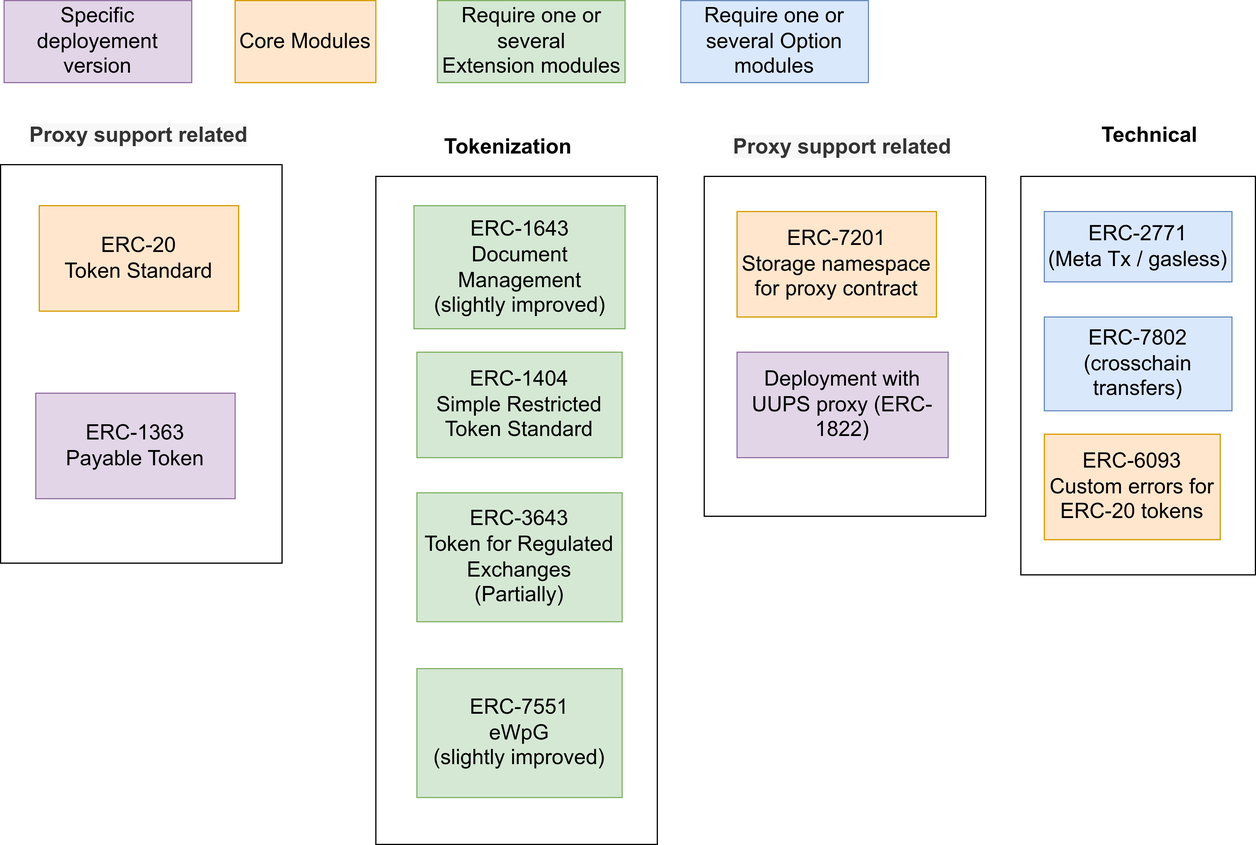
The draw.io diagram doc/schema/drawio/architecture-ERC.drawio.png in CMTA/CMTAT, before a commit. Source tidied: cells renumbered, new cells last; positions are measured from the earlier drawing's top-left corner, leaving out a move shared by most shapes. Its diagram source:
```xml
<mxGraphModel>
  <root>
    <mxCell id="0" />
    <mxCell id="1" parent="0" />
    <mxCell id="2" style="rounded=0;whiteSpace=wrap;html=1;fontSize=18;" parent="1" vertex="1">
      <mxGeometry x="320" y="150" width="240" height="570" as="geometry" />
    </mxCell>
    <mxCell id="3" value="Tokenization" style="text;html=1;strokeColor=none;fillColor=none;align=center;verticalAlign=middle;whiteSpace=wrap;rounded=0;fontStyle=1;fontSize=18;" parent="1" vertex="1">
      <mxGeometry x="332.5" y="110" width="200" height="30" as="geometry" />
    </mxCell>
    <mxCell id="4" style="rounded=0;whiteSpace=wrap;html=1;fontSize=18;" parent="1" vertex="1">
      <mxGeometry x="600" y="150" width="240" height="290" as="geometry" />
    </mxCell>
    <mxCell id="5" value="&lt;strong style=&quot;box-sizing: border-box; color: rgb(51, 51, 51); font-family: &amp;quot;Open Sans&amp;quot;, &amp;quot;Clear Sans&amp;quot;, &amp;quot;Helvetica Neue&amp;quot;, Helvetica, Arial, &amp;quot;Segoe UI Emoji&amp;quot;, sans-serif; font-size: 18px; text-align: left; background-color: rgb(248, 248, 248);&quot;&gt;&lt;span style=&quot;box-sizing: border-box; font-size: 18px;&quot; class=&quot;md-plain&quot;&gt;Proxy support related&lt;/span&gt;&lt;/strong&gt;" style="text;html=1;strokeColor=none;fillColor=none;align=center;verticalAlign=middle;whiteSpace=wrap;rounded=0;fontSize=18;" parent="1" vertex="1">
      <mxGeometry x="603" y="110" width="230" height="30" as="geometry" />
    </mxCell>
    <mxCell id="6" value="ERC-1643&lt;br style=&quot;font-size: 18px;&quot;&gt;Document Management&lt;br style=&quot;font-size: 18px;&quot;&gt;(slightly improved)" style="rounded=0;whiteSpace=wrap;html=1;fontSize=18;fillColor=#d5e8d4;strokeColor=#82b366;" parent="1" vertex="1">
      <mxGeometry x="352.5" y="175" width="180" height="105" as="geometry" />
    </mxCell>
    <mxCell id="7" value="ERC-7201&lt;br&gt;Storage namespace for proxy contract" style="rounded=0;whiteSpace=wrap;html=1;fontSize=18;fillColor=#ffe6cc;strokeColor=#d79b00;" parent="1" vertex="1">
      <mxGeometry x="628" y="180" width="170" height="90" as="geometry" />
    </mxCell>
    <mxCell id="8" style="rounded=0;whiteSpace=wrap;html=1;fontSize=18;" parent="1" vertex="1">
      <mxGeometry x="870" y="150" width="200" height="340" as="geometry" />
    </mxCell>
    <mxCell id="9" value="Technical" style="text;html=1;strokeColor=none;fillColor=none;align=center;verticalAlign=middle;whiteSpace=wrap;rounded=0;fontSize=18;fontStyle=1;" parent="1" vertex="1">
      <mxGeometry x="950" y="100" width="60" height="30" as="geometry" />
    </mxCell>
    <mxCell id="10" value="ERC-2771&lt;br style=&quot;font-size: 18px;&quot;&gt;(Meta Tx / gasless)&lt;br style=&quot;font-size: 18px;&quot;&gt;" style="rounded=0;whiteSpace=wrap;html=1;fontSize=18;fillColor=#dae8fc;strokeColor=#6c8ebf;" parent="1" vertex="1">
      <mxGeometry x="890" y="180" width="160" height="60" as="geometry" />
    </mxCell>
    <mxCell id="11" value="ERC-6093&lt;br style=&quot;font-size: 18px;&quot;&gt;Custom errors for ERC-20 tokens" style="rounded=0;whiteSpace=wrap;html=1;fontSize=18;fillColor=#ffe6cc;strokeColor=#d79b00;" parent="1" vertex="1">
      <mxGeometry x="890" y="370" width="150" height="90" as="geometry" />
    </mxCell>
    <mxCell id="12" value="ERC-7802&lt;br style=&quot;font-size: 18px;&quot;&gt;(crosschain transfers)" style="rounded=0;whiteSpace=wrap;html=1;fontSize=18;fillColor=#dae8fc;strokeColor=#6c8ebf;" parent="1" vertex="1">
      <mxGeometry x="890" y="270" width="160" height="80" as="geometry" />
    </mxCell>
    <mxCell id="13" value="Deployment with UUPS proxy (ERC-1822)" style="rounded=0;whiteSpace=wrap;html=1;fontSize=18;fillColor=#e1d5e7;strokeColor=#9673a6;" parent="1" vertex="1">
      <mxGeometry x="628" y="300" width="180" height="90" as="geometry" />
    </mxCell>
    <mxCell id="14" value="ERC-1404&lt;br&gt;Simple Restricted Token Standard" style="rounded=0;whiteSpace=wrap;html=1;fontSize=18;fillColor=#d5e8d4;strokeColor=#82b366;" parent="1" vertex="1">
      <mxGeometry x="355" y="300" width="175" height="90" as="geometry" />
    </mxCell>
    <mxCell id="15" value="ERC-3643&lt;br&gt;Token for Regulated Exchanges&lt;br&gt;(Partially)" style="rounded=0;whiteSpace=wrap;html=1;fontSize=18;fillColor=#d5e8d4;strokeColor=#82b366;" parent="1" vertex="1">
      <mxGeometry x="355" y="420" width="175" height="110" as="geometry" />
    </mxCell>
    <mxCell id="16" value="ERC-7551&lt;br&gt;eWpG&lt;br&gt;(slightly improved)" style="rounded=0;whiteSpace=wrap;html=1;fontSize=18;fillColor=#d5e8d4;strokeColor=#82b366;" parent="1" vertex="1">
      <mxGeometry x="355" y="570" width="175" height="110" as="geometry" />
    </mxCell>
    <mxCell id="17" style="rounded=0;whiteSpace=wrap;html=1;fontSize=18;" parent="1" vertex="1">
      <mxGeometry y="140" width="240" height="340" as="geometry" />
    </mxCell>
    <mxCell id="18" value="&lt;strong style=&quot;box-sizing: border-box; color: rgb(51, 51, 51); font-family: &amp;quot;Open Sans&amp;quot;, &amp;quot;Clear Sans&amp;quot;, &amp;quot;Helvetica Neue&amp;quot;, Helvetica, Arial, &amp;quot;Segoe UI Emoji&amp;quot;, sans-serif; font-size: 18px; text-align: left; background-color: rgb(248, 248, 248);&quot;&gt;&lt;span style=&quot;box-sizing: border-box; font-size: 18px;&quot; class=&quot;md-plain&quot;&gt;Proxy support related&lt;/span&gt;&lt;/strong&gt;" style="text;html=1;strokeColor=none;fillColor=none;align=center;verticalAlign=middle;whiteSpace=wrap;rounded=0;fontSize=18;" parent="1" vertex="1">
      <mxGeometry x="3" y="100" width="230" height="30" as="geometry" />
    </mxCell>
    <mxCell id="19" value="ERC-20&lt;br&gt;Token Standard" style="rounded=0;whiteSpace=wrap;html=1;fontSize=18;fillColor=#ffe6cc;strokeColor=#d79b00;" parent="1" vertex="1">
      <mxGeometry x="33" y="175" width="170" height="90" as="geometry" />
    </mxCell>
    <mxCell id="20" value="ERC-1363&lt;br&gt;Payable Token" style="rounded=0;whiteSpace=wrap;html=1;fontSize=18;fillColor=#e1d5e7;strokeColor=#9673a6;" parent="1" vertex="1">
      <mxGeometry x="30" y="335" width="170" height="90" as="geometry" />
    </mxCell>
    <mxCell id="21" value="Core Modules" style="rounded=0;whiteSpace=wrap;html=1;fontSize=18;fillColor=#ffe6cc;strokeColor=#d79b00;" parent="1" vertex="1">
      <mxGeometry x="200" width="120" height="70" as="geometry" />
    </mxCell>
    <mxCell id="22" value="Specific deployement version" style="rounded=0;whiteSpace=wrap;html=1;fontSize=18;fillColor=#e1d5e7;strokeColor=#9673a6;" parent="1" vertex="1">
      <mxGeometry x="3" width="160" height="70" as="geometry" />
    </mxCell>
    <mxCell id="23" value="Require one or several&lt;br&gt;Extension modules" style="rounded=0;whiteSpace=wrap;html=1;fontSize=18;fillColor=#d5e8d4;strokeColor=#82b366;" parent="1" vertex="1">
      <mxGeometry x="372.5" width="160" height="70" as="geometry" />
    </mxCell>
    <mxCell id="24" value="Require one or several Option modules" style="rounded=0;whiteSpace=wrap;html=1;fontSize=18;fillColor=#dae8fc;strokeColor=#6c8ebf;" parent="1" vertex="1">
      <mxGeometry x="580" width="160" height="70" as="geometry" />
    </mxCell>
  </root>
</mxGraphModel>
```
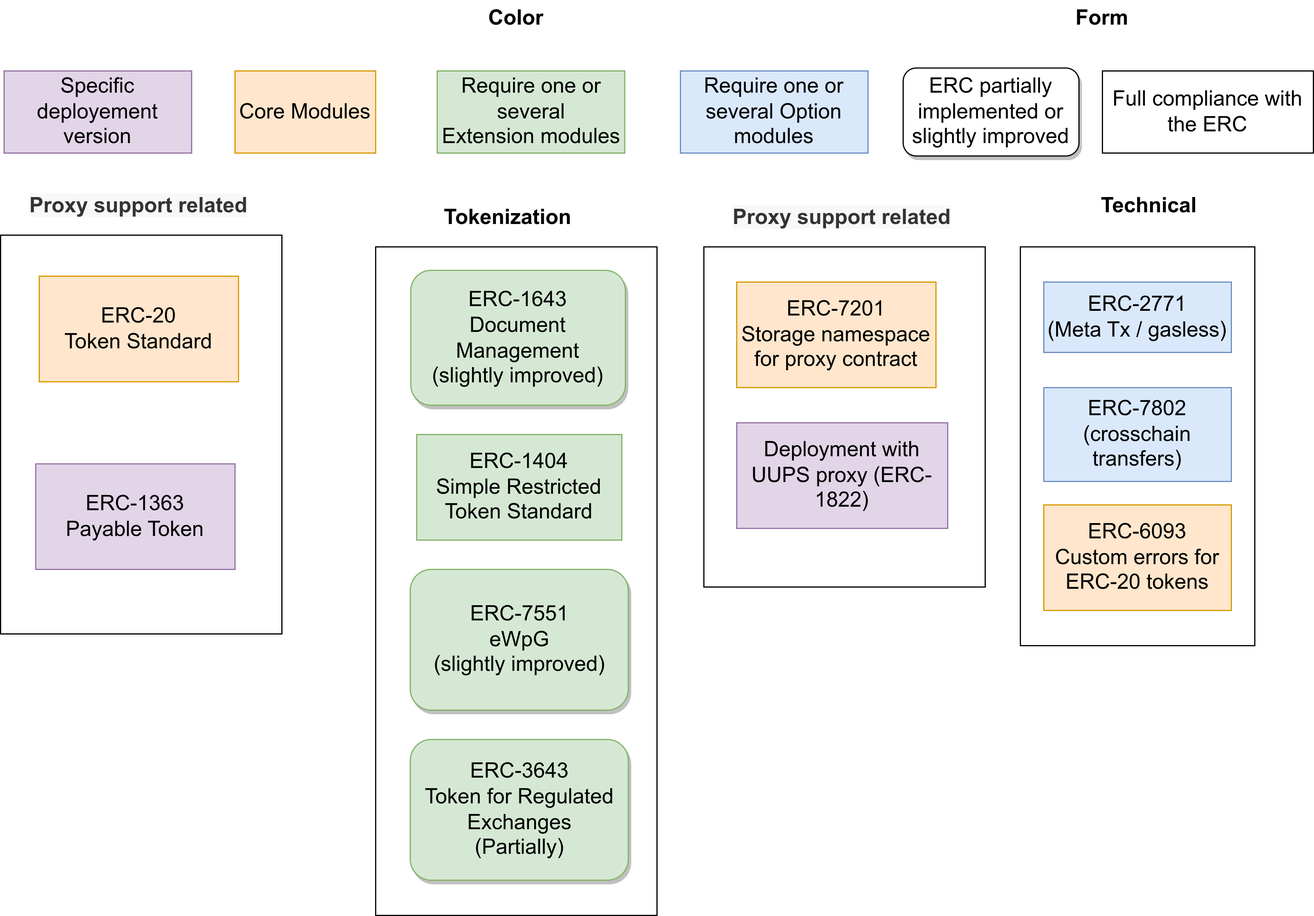
Later version of the same file.

The edit, as a diff of the source:
```diff
@@ -14,9 +14,6 @@
     <mxCell id="5" value="&lt;strong style=&quot;box-sizing: border-box; color: rgb(51, 51, 51); font-family: &amp;quot;Open Sans&amp;quot;, &amp;quot;Clear Sans&amp;quot;, &amp;quot;Helvetica Neue&amp;quot;, Helvetica, Arial, &amp;quot;Segoe UI Emoji&amp;quot;, sans-serif; font-size: 18px; text-align: left; background-color: rgb(248, 248, 248);&quot;&gt;&lt;span style=&quot;box-sizing: border-box; font-size: 18px;&quot; class=&quot;md-plain&quot;&gt;Proxy support related&lt;/span&gt;&lt;/strong&gt;" style="text;html=1;strokeColor=none;fillColor=none;align=center;verticalAlign=middle;whiteSpace=wrap;rounded=0;fontSize=18;" parent="1" vertex="1">
       <mxGeometry x="603" y="110" width="230" height="30" as="geometry" />
     </mxCell>
-    <mxCell id="6" value="ERC-1643&lt;br style=&quot;font-size: 18px;&quot;&gt;Document Management&lt;br style=&quot;font-size: 18px;&quot;&gt;(slightly improved)" style="rounded=0;whiteSpace=wrap;html=1;fontSize=18;fillColor=#d5e8d4;strokeColor=#82b366;" parent="1" vertex="1">
-      <mxGeometry x="352.5" y="175" width="180" height="105" as="geometry" />
-    </mxCell>
     <mxCell id="7" value="ERC-7201&lt;br&gt;Storage namespace for proxy contract" style="rounded=0;whiteSpace=wrap;html=1;fontSize=18;fillColor=#ffe6cc;strokeColor=#d79b00;" parent="1" vertex="1">
       <mxGeometry x="628" y="180" width="170" height="90" as="geometry" />
     </mxCell>
@@ -30,7 +27,7 @@
       <mxGeometry x="890" y="180" width="160" height="60" as="geometry" />
     </mxCell>
     <mxCell id="11" value="ERC-6093&lt;br style=&quot;font-size: 18px;&quot;&gt;Custom errors for ERC-20 tokens" style="rounded=0;whiteSpace=wrap;html=1;fontSize=18;fillColor=#ffe6cc;strokeColor=#d79b00;" parent="1" vertex="1">
-      <mxGeometry x="890" y="370" width="150" height="90" as="geometry" />
+      <mxGeometry x="890" y="370" width="160" height="90" as="geometry" />
     </mxCell>
     <mxCell id="12" value="ERC-7802&lt;br style=&quot;font-size: 18px;&quot;&gt;(crosschain transfers)" style="rounded=0;whiteSpace=wrap;html=1;fontSize=18;fillColor=#dae8fc;strokeColor=#6c8ebf;" parent="1" vertex="1">
       <mxGeometry x="890" y="270" width="160" height="80" as="geometry" />
@@ -39,14 +36,8 @@
       <mxGeometry x="628" y="300" width="180" height="90" as="geometry" />
     </mxCell>
     <mxCell id="14" value="ERC-1404&lt;br&gt;Simple Restricted Token Standard" style="rounded=0;whiteSpace=wrap;html=1;fontSize=18;fillColor=#d5e8d4;strokeColor=#82b366;" parent="1" vertex="1">
-      <mxGeometry x="355" y="300" width="175" height="90" as="geometry" />
+      <mxGeometry x="355" y="310" width="175" height="90" as="geometry" />
     </mxCell>
-    <mxCell id="15" value="ERC-3643&lt;br&gt;Token for Regulated Exchanges&lt;br&gt;(Partially)" style="rounded=0;whiteSpace=wrap;html=1;fontSize=18;fillColor=#d5e8d4;strokeColor=#82b366;" parent="1" vertex="1">
-      <mxGeometry x="355" y="420" width="175" height="110" as="geometry" />
-    </mxCell>
-    <mxCell id="16" value="ERC-7551&lt;br&gt;eWpG&lt;br&gt;(slightly improved)" style="rounded=0;whiteSpace=wrap;html=1;fontSize=18;fillColor=#d5e8d4;strokeColor=#82b366;" parent="1" vertex="1">
-      <mxGeometry x="355" y="570" width="175" height="110" as="geometry" />
-    </mxCell>
     <mxCell id="17" style="rounded=0;whiteSpace=wrap;html=1;fontSize=18;" parent="1" vertex="1">
       <mxGeometry y="140" width="240" height="340" as="geometry" />
     </mxCell>
@@ -71,5 +62,26 @@
     <mxCell id="24" value="Require one or several Option modules" style="rounded=0;whiteSpace=wrap;html=1;fontSize=18;fillColor=#dae8fc;strokeColor=#6c8ebf;" parent="1" vertex="1">
       <mxGeometry x="580" width="160" height="70" as="geometry" />
     </mxCell>
+    <mxCell id="25" value="&lt;font style=&quot;font-size: 18px;&quot;&gt;ERC partially implemented or slightly improved&lt;/font&gt;" style="rounded=1;whiteSpace=wrap;html=1;glass=0;sketch=0;shadow=1;" parent="1" vertex="1">
+      <mxGeometry x="770" y="-2.5" width="150" height="75" as="geometry" />
+    </mxCell>
+    <mxCell id="26" value="&lt;font style=&quot;font-size: 18px;&quot;&gt;Full compliance with the ERC&lt;/font&gt;" style="rounded=0;whiteSpace=wrap;html=1;shadow=0;glass=0;sketch=0;" parent="1" vertex="1">
+      <mxGeometry x="940" width="180" height="70" as="geometry" />
+    </mxCell>
+    <mxCell id="6" value="&lt;span style=&quot;font-size: 18px;&quot;&gt;ERC-1643&lt;/span&gt;&lt;br style=&quot;font-size: 18px;&quot;&gt;&lt;span style=&quot;font-size: 18px;&quot;&gt;Document Management&lt;/span&gt;&lt;br style=&quot;font-size: 18px;&quot;&gt;&lt;span style=&quot;font-size: 18px;&quot;&gt;(slightly improved)&lt;/span&gt;" style="rounded=1;whiteSpace=wrap;html=1;glass=0;sketch=0;shadow=1;fillColor=#d5e8d4;strokeColor=#82b366;" parent="1" vertex="1">
+      <mxGeometry x="350" y="170" width="183" height="115" as="geometry" />
+    </mxCell>
+    <mxCell id="15" value="&lt;font style=&quot;font-size: 18px;&quot;&gt;ERC-3643&lt;br&gt;Token for Regulated Exchanges&lt;br&gt;(Partially)&lt;/font&gt;" style="rounded=1;whiteSpace=wrap;html=1;glass=0;sketch=0;shadow=1;fillColor=#d5e8d4;strokeColor=#82b366;" parent="1" vertex="1">
+      <mxGeometry x="349.5" y="570" width="186" height="120" as="geometry" />
+    </mxCell>
+    <mxCell id="16" value="&lt;span style=&quot;font-size: 18px;&quot;&gt;ERC-7551&lt;/span&gt;&lt;br style=&quot;font-size: 18px;&quot;&gt;&lt;span style=&quot;font-size: 18px;&quot;&gt;eWpG&lt;/span&gt;&lt;br style=&quot;font-size: 18px;&quot;&gt;&lt;span style=&quot;font-size: 18px;&quot;&gt;(slightly improved)&lt;/span&gt;" style="rounded=1;whiteSpace=wrap;html=1;glass=0;sketch=0;shadow=1;fillColor=#d5e8d4;strokeColor=#82b366;" parent="1" vertex="1">
+      <mxGeometry x="349.5" y="425" width="186" height="120" as="geometry" />
+    </mxCell>
+    <mxCell id="27" value="Color" style="text;html=1;strokeColor=none;fillColor=none;align=center;verticalAlign=middle;whiteSpace=wrap;rounded=0;shadow=1;glass=0;sketch=0;fontSize=18;fontStyle=1;" parent="1" vertex="1">
+      <mxGeometry x="410" y="-60" width="60" height="30" as="geometry" />
+    </mxCell>
+    <mxCell id="28" value="Form" style="text;html=1;strokeColor=none;fillColor=none;align=center;verticalAlign=middle;whiteSpace=wrap;rounded=0;shadow=1;glass=0;sketch=0;fontSize=18;fontStyle=1;" parent="1" vertex="1">
+      <mxGeometry x="910" y="-60" width="60" height="30" as="geometry" />
+    </mxCell>
   </root>
 </mxGraphModel>
```
